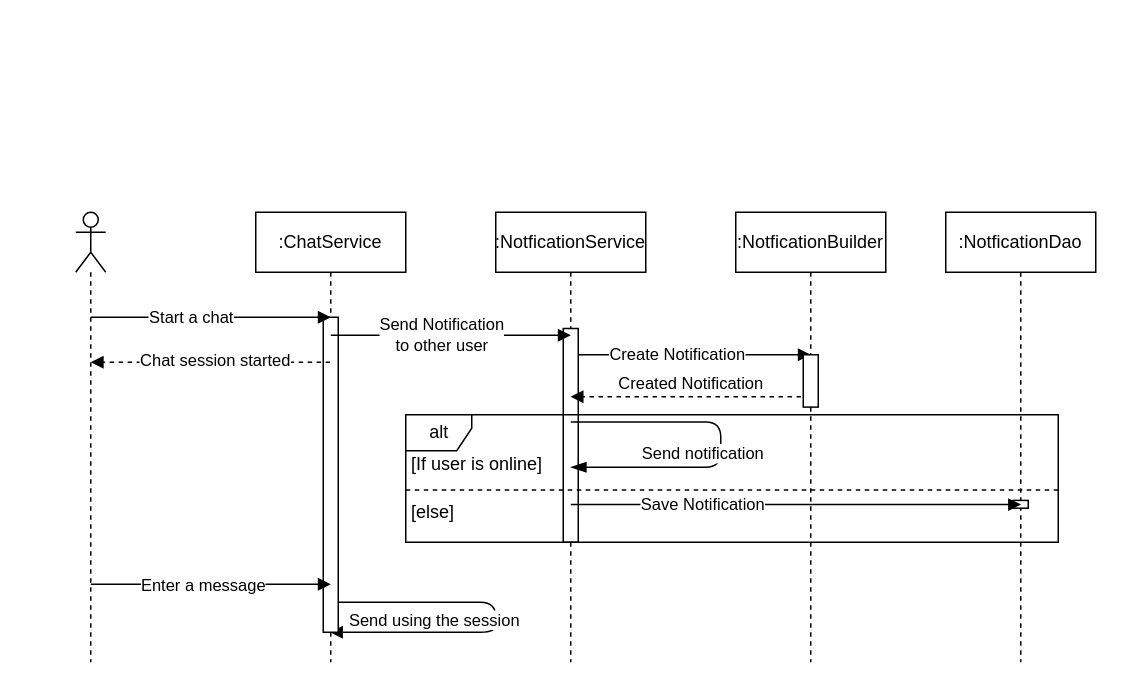
muhmagdy/Bloodify keeps this draw.io diagram as page "Sequence Diagram" (3 of 4) of Chat_Notifications.drawio. Above is the earlier version. Source tidied: cells renumbered, new cells numbered last; positions are measured from the earlier drawing's top-left corner, leaving out a move shared by most shapes. Both pictures are drawn from the tidied source at 150%, with x=0, y=0 at pixel (75, 212).
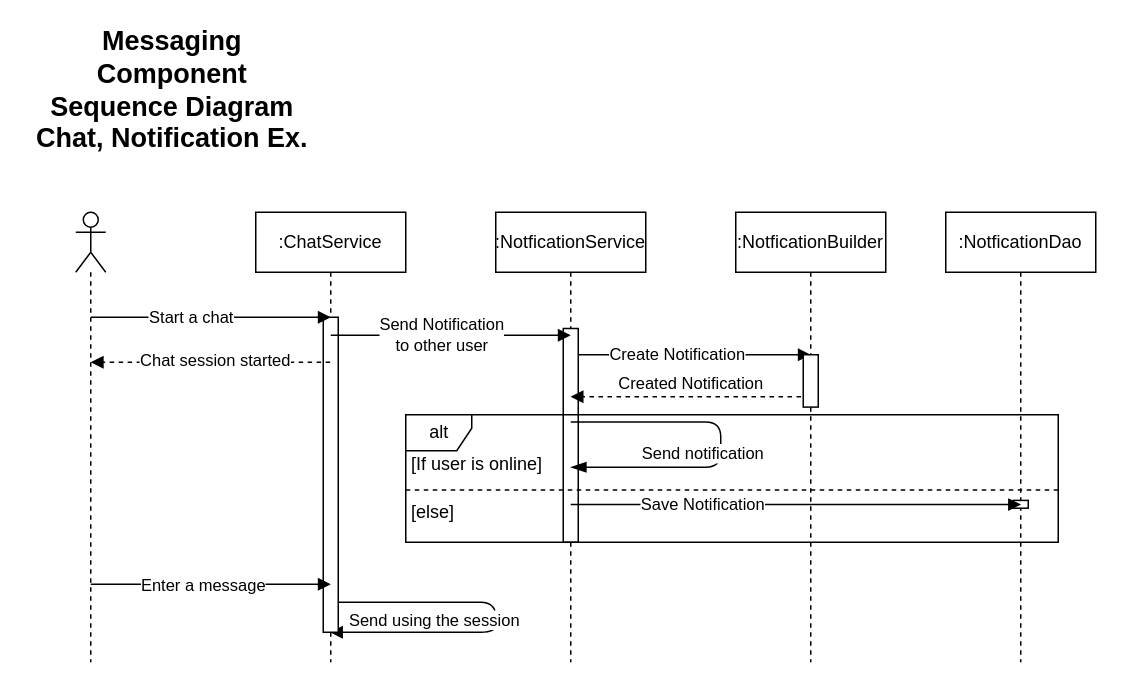
The same diagram, later.

Change to the diagram source:
```diff
@@
+    <mxCell id="31" value="Messaging Component &lt;br style=&quot;font-size: 18px;&quot;&gt;Sequence Diagram&lt;br&gt;Chat, Notification Ex." style="text;html=1;strokeColor=none;fillColor=none;align=center;verticalAlign=middle;whiteSpace=wrap;rounded=0;fontStyle=1;fontSize=18;" parent="1" vertex="1">
+      <mxGeometry x="-33" y="-121" width="195" height="80" as="geometry" />
+    </mxCell>
```
